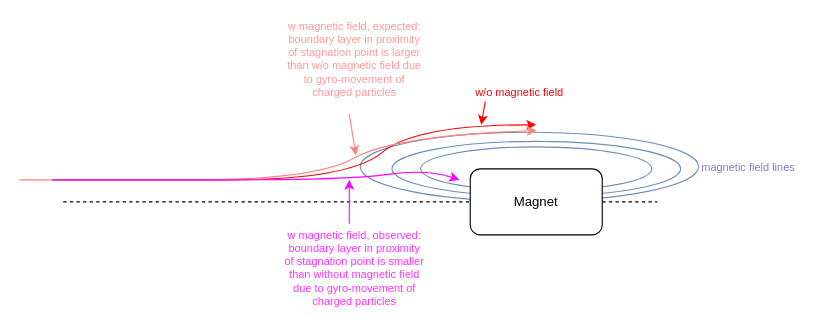
JanThoemel/drawIO keeps this draw.io diagram as meesst.drawio. Above is the earlier version. Source tidied: cells renumbered, new cells numbered last; positions are measured from the earlier drawing's top-left corner, leaving out a move shared by most shapes. Both pictures are drawn from the tidied source at 110%, with x=0, y=0 at pixel (19, 47).
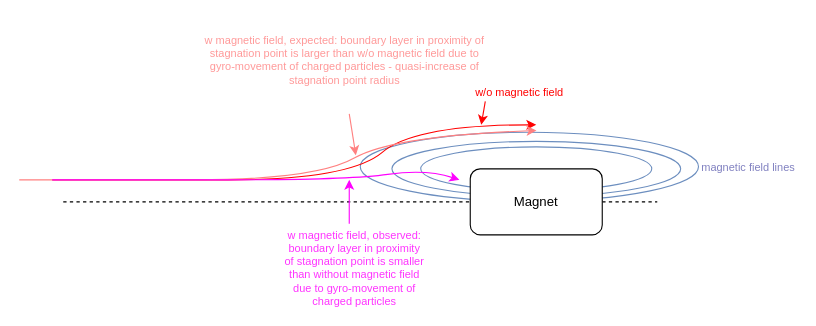
Above is the later version.

Change to the diagram source:
```diff
@@
-    <mxCell id="12" value="w magnetic field, expected: boundary layer in proximity of stagnation point is larger than w/o magnetic field due to gyro-movement of charged particles" style="text;html=1;align=center;verticalAlign=middle;whiteSpace=wrap;rounded=0;fontColor=#FF9999;fontSize=10;" parent="1" vertex="1">
-      <mxGeometry x="240" width="130" height="20" as="geometry" />
+    <mxCell id="12" value="w magnetic field, expected: boundary layer in proximity of stagnation point is larger than w/o magnetic field due to gyro-movement of charged particles - quasi-increase of stagnation point radius" style="text;html=1;align=center;verticalAlign=middle;whiteSpace=wrap;rounded=0;fontColor=#FF9999;fontSize=10;" parent="1" vertex="1">
+      <mxGeometry x="168" y="1" width="256" height="20" as="geometry" />
     </mxCell>
```
